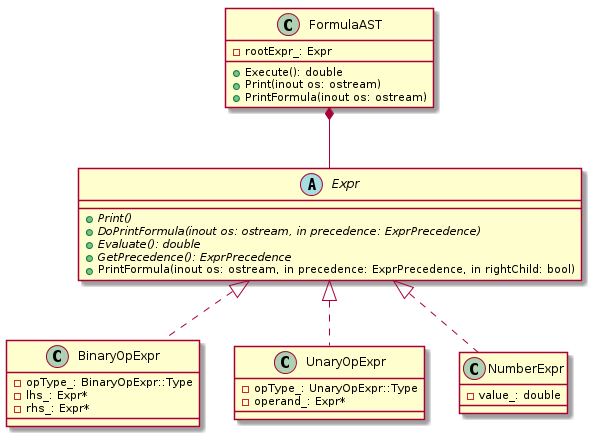
kazarynau/YandexPraktikumFinal keeps this PlantUML diagram as uml/png/formulaAst.png. Above is the earlier version.
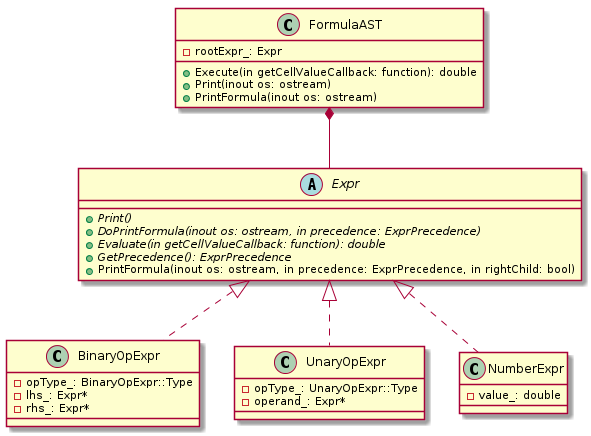
Later version of the same file.

The edit, as a diff of the source:
```diff
@@ -3,7 +3,7 @@
 abstract class Expr {
     +{abstract} Print()
     +{abstract} DoPrintFormula(inout os: ostream, in precedence: ExprPrecedence)
-    +{abstract} Evaluate(): double
+    +{abstract} Evaluate(in getCellValueCallback: function): double
     +{abstract} GetPrecedence(): ExprPrecedence
     +PrintFormula(inout os: ostream, in precedence: ExprPrecedence, in rightChild: bool)
 }
@@ -29,12 +29,12 @@
 
 
 class FormulaAST {
-    +Execute(): double
+    +Execute(in getCellValueCallback: function): double
     +Print(inout os: ostream)
     +PrintFormula(inout os: ostream)
     -rootExpr_: Expr
 }
 
-FormulaAST *-- Expr
+FormulaAST *-r- Expr
 
 @enduml
```
